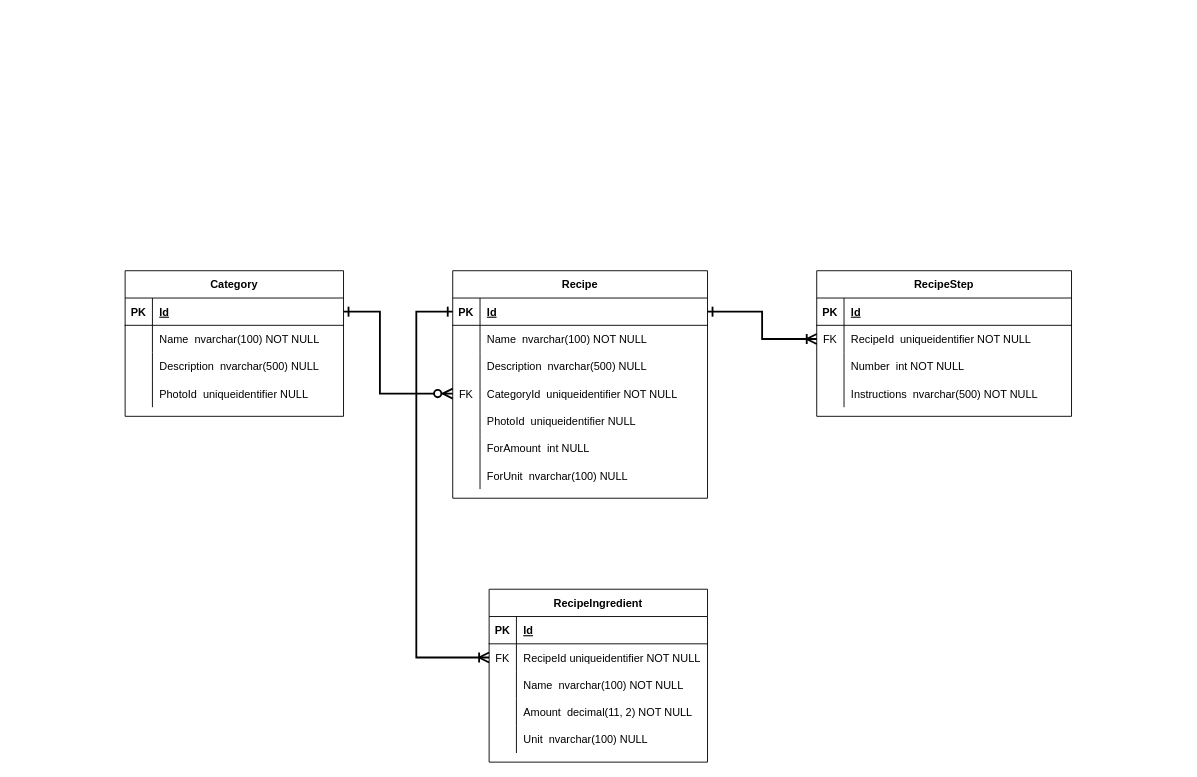
Above: documentation/Recipes ERD.drawio in steffbeckers/recipes (draw.io), before the change. Source tidied: cells renumbered, new cells numbered last; positions are measured from the earlier drawing's top-left corner, leaving out a move shared by most shapes. Both pictures are drawn from the tidied source at 91%, with x=0, y=0 at pixel (125, 270).
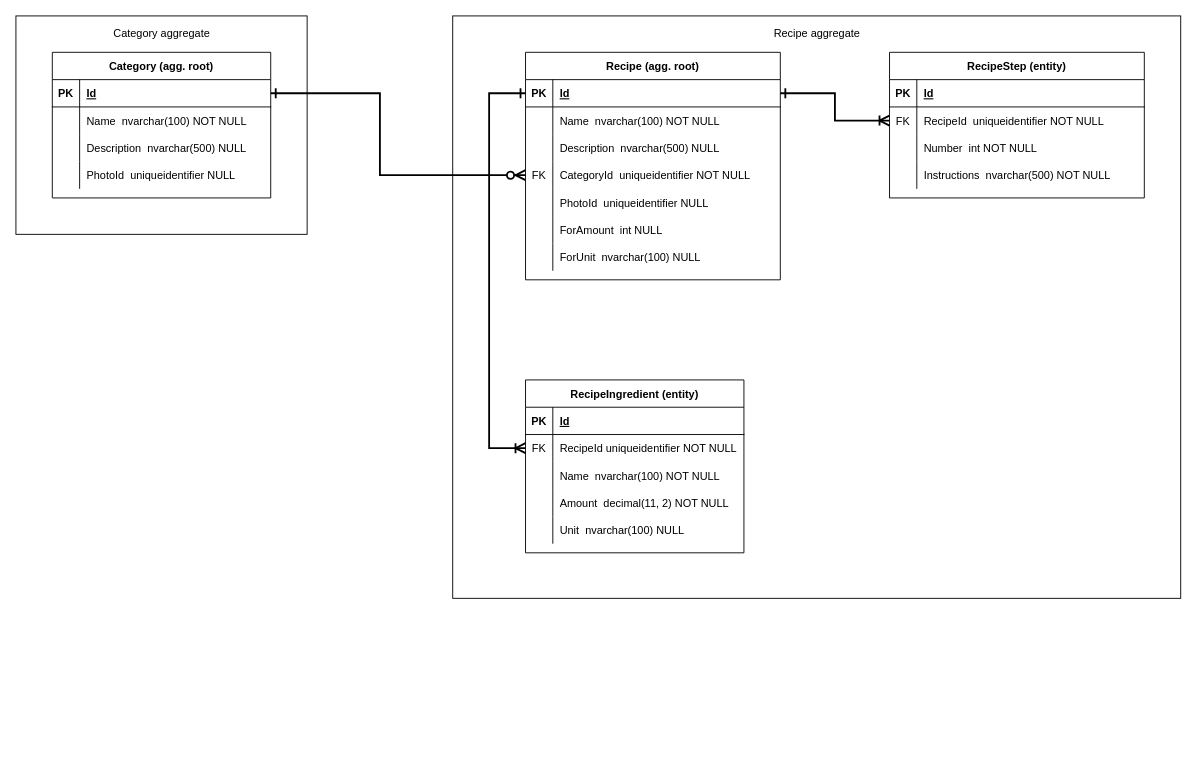
Above is the later version.

The change refers to these unchanged cells:
```xml
<mxCell id="3" style="shape=partialRectangle;fillColor=none;top=0;left=0;bottom=1;right=0;points=[[0,0.5],[1,0.5]];portConstraint=eastwest;" parent="2" vertex="1">
  <mxGeometry y="30" width="280" height="30" as="geometry" />
</mxCell>
<mxCell id="12" style="shape=partialRectangle;fillColor=none;top=0;left=0;bottom=0;right=0;points=[[0,0.5],[1,0.5]];portConstraint=eastwest;" parent="2" vertex="1">
  <mxGeometry y="120" width="280" height="30" as="geometry" />
</mxCell>
<mxCell id="42" style="shape=partialRectangle;fillColor=none;top=0;left=0;bottom=0;right=0;points=[[0,0.5],[1,0.5]];portConstraint=eastwest;" parent="38" vertex="1">
  <mxGeometry y="60" width="240" height="30" as="geometry" />
</mxCell>
<mxCell id="56" style="shape=partialRectangle;fillColor=none;top=0;left=0;bottom=1;right=0;points=[[0,0.5],[1,0.5]];portConstraint=eastwest;" parent="55" vertex="1">
  <mxGeometry y="30" width="240" height="30" as="geometry" />
</mxCell>
```

The edit, as a diff of the source:
```diff
@@
+    <mxCell id="69" style="rounded=0;whiteSpace=wrap;html=1;" parent="1" vertex="1">
+      <mxGeometry x="-120" y="-280" width="320" height="240" as="geometry" />
+    </mxCell>
+    <mxCell id="70" style="rounded=0;whiteSpace=wrap;html=1;" parent="1" vertex="1">
+      <mxGeometry x="360" y="-280" width="800" height="640" as="geometry" />
+    </mxCell>
-    <mxCell id="2" value="Recipe" style="shape=table;startSize=30;childLayout=tableLayout;rowLines=0;fontStyle=1;align=center;" parent="1" vertex="1">
-      <mxGeometry x="360" width="280" height="250" as="geometry" />
+    <mxCell id="2" value="Recipe (agg. root)" style="shape=table;startSize=30;childLayout=tableLayout;rowLines=0;fontStyle=1;align=center;" parent="1" vertex="1">
+      <mxGeometry x="440" y="-240" width="280" height="250" as="geometry" />
     </mxCell>
@@
-    <mxCell id="24" value="RecipeStep" style="shape=table;startSize=30;childLayout=tableLayout;rowLines=0;fontStyle=1;align=center;" parent="1" vertex="1">
-      <mxGeometry x="760" width="280" height="160" as="geometry" />
+    <mxCell id="24" value="RecipeStep (entity)" style="shape=table;startSize=30;childLayout=tableLayout;rowLines=0;fontStyle=1;align=center;" parent="1" vertex="1">
+      <mxGeometry x="840" y="-240" width="280" height="160" as="geometry" />
     </mxCell>
@@
-    <mxCell id="38" value="RecipeIngredient" style="shape=table;startSize=30;childLayout=tableLayout;rowLines=0;fontStyle=1;align=center;" parent="1" vertex="1">
-      <mxGeometry x="400" y="350" width="240" height="190" as="geometry" />
+    <mxCell id="38" value="RecipeIngredient (entity)" style="shape=table;startSize=30;childLayout=tableLayout;rowLines=0;fontStyle=1;align=center;" parent="1" vertex="1">
+      <mxGeometry x="440" y="120" width="240" height="190" as="geometry" />
     </mxCell>
@@
     <mxCell id="54" style="edgeStyle=orthogonalEdgeStyle;rounded=0;jettySize=auto;html=1;exitX=0;exitY=0.5;exitDx=0;exitDy=0;entryX=0;entryY=0.5;entryDx=0;entryDy=0;startArrow=ERone;startFill=0;endArrow=ERoneToMany;endFill=0;startSize=8;endSize=8;strokeWidth=2;" parent="1" edge="1" source="3" target="42">
       <mxGeometry relative="1" as="geometry">
         <Array as="points">
-          <mxPoint x="320" y="45" />
-          <mxPoint x="320" y="425" />
+          <mxPoint x="400" y="-195" />
+          <mxPoint x="400" y="195" />
         </Array>
       </mxGeometry>
     </mxCell>
-    <mxCell id="55" value="Category" style="shape=table;startSize=30;childLayout=tableLayout;rowLines=0;fontStyle=1;align=center;" parent="1" vertex="1">
-      <mxGeometry width="240" height="160" as="geometry" />
+    <mxCell id="55" value="Category (agg. root)" style="shape=table;startSize=30;childLayout=tableLayout;rowLines=0;fontStyle=1;align=center;" parent="1" vertex="1">
+      <mxGeometry x="-80" y="-240" width="240" height="160" as="geometry" />
     </mxCell>
@@
     <mxCell id="68" style="edgeStyle=orthogonalEdgeStyle;rounded=0;jettySize=auto;html=1;exitX=1;exitY=0.5;exitDx=0;exitDy=0;entryX=0;entryY=0.5;entryDx=0;entryDy=0;strokeWidth=2;endSize=8;startSize=8;endArrow=ERzeroToMany;endFill=1;startArrow=ERone;startFill=0;" parent="1" edge="1" source="56" target="12">
       <mxGeometry relative="1" as="geometry">
         <Array as="points">
-          <mxPoint x="280" y="45" />
-          <mxPoint x="280" y="135" />
+          <mxPoint x="280" y="-195" />
+          <mxPoint x="280" y="-105" />
         </Array>
       </mxGeometry>
     </mxCell>
+    <mxCell id="71" value="Recipe aggregate" style="text;html=1;align=center;verticalAlign=middle;strokeColor=none;fillColor=none;" parent="1" vertex="1">
+      <mxGeometry x="705" y="-270" width="110" height="20" as="geometry" />
+    </mxCell>
+    <mxCell id="72" value="Category aggregate" style="text;html=1;align=center;verticalAlign=middle;strokeColor=none;fillColor=none;" parent="1" vertex="1">
+      <mxGeometry x="-20" y="-270" width="120" height="20" as="geometry" />
+    </mxCell>
```
